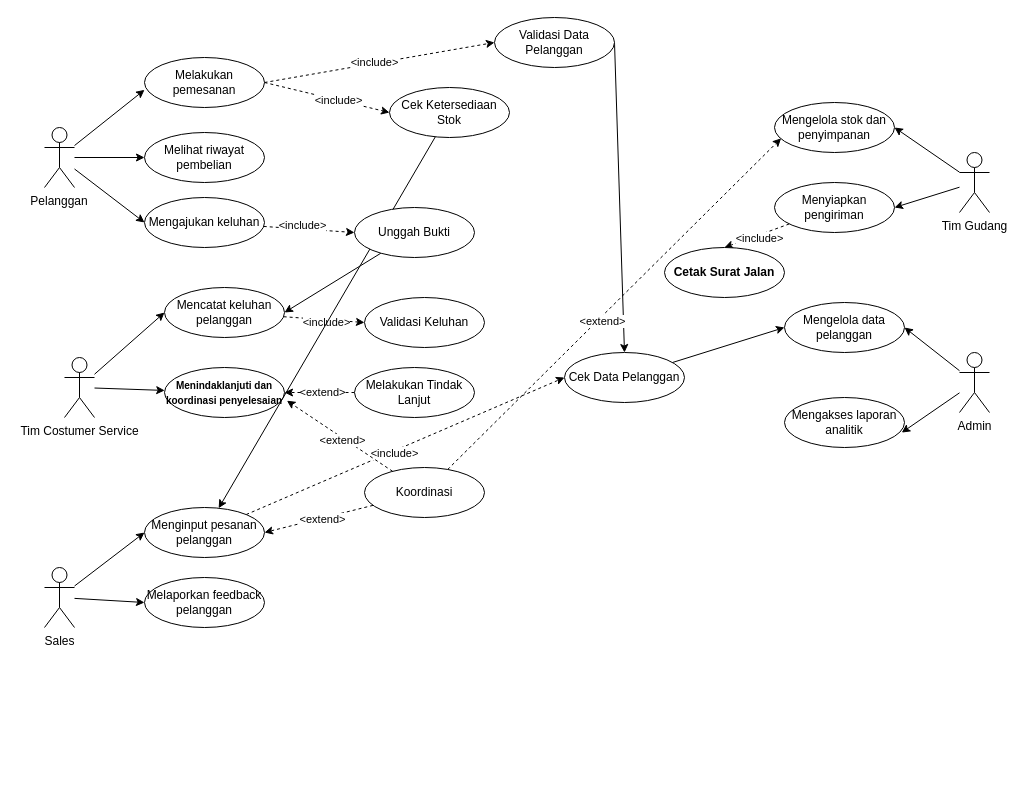
Earlier version of the draw.io diagram usecase.drawio (Dhegas/diagramSRS). Source tidied: cells renumbered, new cells numbered last; positions are measured from the earlier drawing's top-left corner, leaving out a move shared by most shapes. Both pictures are drawn from the tidied source at 100%, with x=0, y=0 at pixel (44, 17).
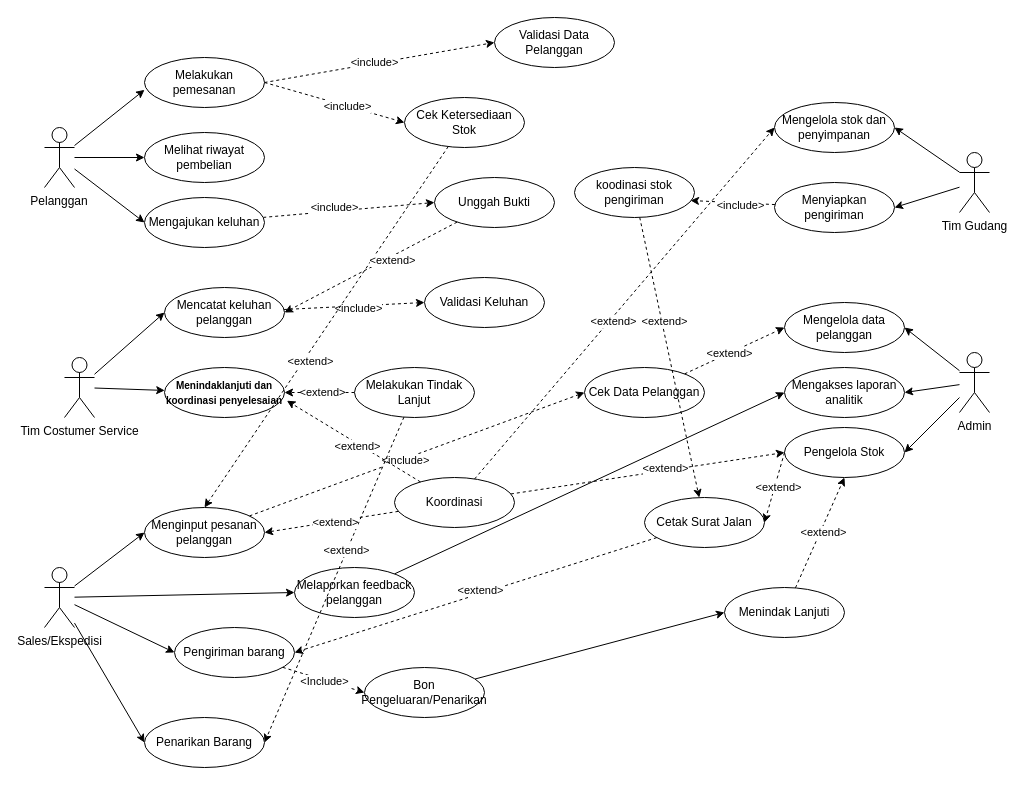
The same page after the edit.

Commit message (it also covers changes not shown here):
update pada usecase bisnis agar sesuai sop

Unchanged cells that the change refers to:
```xml
<mxCell id="12" value="Admin" style="shape=umlActor;verticalLabelPosition=bottom;verticalAlign=top;html=1;outlineConnect=0;" parent="1" vertex="1">
  <mxGeometry x="915" y="335" width="30" height="60" as="geometry" />
</mxCell>
<mxCell id="27" value="Menginput pesanan pelanggan" style="ellipse;whiteSpace=wrap;html=1;" parent="1" vertex="1">
  <mxGeometry x="100" y="490" width="120" height="50" as="geometry" />
</mxCell>
<mxCell id="31" value="Mencatat keluhan pelanggan" style="ellipse;whiteSpace=wrap;html=1;" parent="1" vertex="1">
  <mxGeometry x="120" y="270" width="120" height="50" as="geometry" />
</mxCell>
<mxCell id="34" value="Mengelola data pelanggan" style="ellipse;whiteSpace=wrap;html=1;" parent="1" vertex="1">
  <mxGeometry x="740" y="285" width="120" height="50" as="geometry" />
</mxCell>
<mxCell id="37" value="Menyiapkan pengiriman" style="ellipse;whiteSpace=wrap;html=1;" parent="1" vertex="1">
  <mxGeometry x="730" y="165" width="120" height="50" as="geometry" />
</mxCell>
<mxCell id="38" value="Mengelola stok dan penyimpanan" style="ellipse;whiteSpace=wrap;html=1;" parent="1" vertex="1">
  <mxGeometry x="730" y="85" width="120" height="50" as="geometry" />
</mxCell>
<mxCell id="42" value="Validasi Data Pelanggan" style="ellipse;whiteSpace=wrap;html=1;" parent="1" vertex="1">
  <mxGeometry x="450" width="120" height="50" as="geometry" />
</mxCell>
<mxCell id="49" value="Melakukan Tindak Lanjut" style="ellipse;whiteSpace=wrap;html=1;" parent="1" vertex="1">
  <mxGeometry x="310" y="350" width="120" height="50" as="geometry" />
</mxCell>
```

The edit, as a diff of the source:
```diff
@@
+    <mxCell id="61" style="edgeStyle=none;html=1;entryX=0;entryY=0.5;entryDx=0;entryDy=0;" parent="1" edge="1" source="7" target="74">
+      <mxGeometry relative="1" as="geometry" />
+    </mxCell>
+    <mxCell id="62" style="edgeStyle=none;html=1;entryX=0;entryY=0.5;entryDx=0;entryDy=0;" parent="1" edge="1" source="7" target="89">
+      <mxGeometry relative="1" as="geometry" />
+    </mxCell>
-    <mxCell id="7" value="Sales" style="shape=umlActor;verticalLabelPosition=bottom;verticalAlign=top;html=1;outlineConnect=0;" parent="1" vertex="1">
+    <mxCell id="7" value="Sales/Ekspedisi" style="shape=umlActor;verticalLabelPosition=bottom;verticalAlign=top;html=1;outlineConnect=0;" parent="1" vertex="1">
       <mxGeometry y="550" width="30" height="60" as="geometry" />
     </mxCell>
@@
+    <mxCell id="63" style="edgeStyle=none;html=1;entryX=1;entryY=0.5;entryDx=0;entryDy=0;" parent="1" edge="1" source="12" target="75">
+      <mxGeometry relative="1" as="geometry" />
+    </mxCell>
@@
+    <mxCell id="64" style="edgeStyle=none;html=1;entryX=0;entryY=0.5;entryDx=0;entryDy=0;" parent="1" edge="1" source="28" target="33">
+      <mxGeometry relative="1" as="geometry" />
+    </mxCell>
     <mxCell id="28" value="Melaporkan feedback pelanggan" style="ellipse;whiteSpace=wrap;html=1;" parent="1" vertex="1">
-      <mxGeometry x="100" y="560" width="120" height="50" as="geometry" />
+      <mxGeometry x="250" y="550" width="120" height="50" as="geometry" />
     </mxCell>
@@
     <mxCell id="33" value="Mengakses laporan analitik" style="ellipse;whiteSpace=wrap;html=1;" parent="1" vertex="1">
-      <mxGeometry x="740" y="380" width="120" height="50" as="geometry" />
+      <mxGeometry x="740" y="350" width="120" height="50" as="geometry" />
     </mxCell>
@@
-    <mxCell id="35" style="edgeStyle=none;html=1;entryX=0.5;entryY=0;entryDx=0;entryDy=0;dashed=1;" parent="1" edge="1" source="37" target="58">
-      <mxGeometry relative="1" as="geometry" />
-    </mxCell>
-    <mxCell id="36" value="&amp;lt;include&amp;gt;" style="edgeLabel;html=1;align=center;verticalAlign=middle;" parent="35" vertex="1">
-      <mxGeometry x="-0.04" y="3" relative="1" as="geometry" />
-    </mxCell>
@@
-    <mxCell id="40" style="edgeStyle=none;html=1;entryX=0.977;entryY=0.702;entryDx=0;entryDy=0;entryPerimeter=0;" parent="1" edge="1" source="12" target="33">
+    <mxCell id="40" style="edgeStyle=none;html=1;entryX=1;entryY=0.5;entryDx=0;entryDy=0;" parent="1" edge="1" source="12" target="33">
       <mxGeometry relative="1" as="geometry" />
     </mxCell>
-    <mxCell id="41" style="edgeStyle=none;html=1;entryX=0.5;entryY=0;entryDx=0;entryDy=0;exitX=1;exitY=0.5;exitDx=0;exitDy=0;" parent="1" edge="1" source="42" target="60">
-      <mxGeometry relative="1" as="geometry" />
-    </mxCell>
@@
-    <mxCell id="43" style="edgeStyle=none;html=1;" parent="1" edge="1" source="44" target="27">
+    <mxCell id="43" style="edgeStyle=none;html=1;entryX=0.5;entryY=0;entryDx=0;entryDy=0;dashed=1;" parent="1" edge="1" source="44" target="27">
       <mxGeometry relative="1" as="geometry" />
     </mxCell>
+    <mxCell id="65" value="&amp;lt;extend&amp;gt;" style="edgeLabel;html=1;align=center;verticalAlign=middle;" parent="43" vertex="1">
+      <mxGeometry x="-0.12" y="1" relative="1" as="geometry">
+        <mxPoint x="-32" y="55" as="offset" />
+      </mxGeometry>
+    </mxCell>
     <mxCell id="44" value="Cek Ketersediaan Stok" style="ellipse;whiteSpace=wrap;html=1;" parent="1" vertex="1">
-      <mxGeometry x="345" y="70" width="120" height="50" as="geometry" />
+      <mxGeometry x="360" y="80" width="120" height="50" as="geometry" />
     </mxCell>
-    <mxCell id="45" style="edgeStyle=none;html=1;entryX=1;entryY=0.5;entryDx=0;entryDy=0;" parent="1" edge="1" source="46" target="31">
+    <mxCell id="45" style="edgeStyle=none;html=1;entryX=1;entryY=0.5;entryDx=0;entryDy=0;dashed=1;" parent="1" edge="1" source="46" target="31">
       <mxGeometry relative="1" as="geometry" />
     </mxCell>
+    <mxCell id="66" value="&amp;lt;extend&amp;gt;" style="edgeLabel;html=1;align=center;verticalAlign=middle;" parent="45" vertex="1">
+      <mxGeometry x="-0.23" y="4" relative="1" as="geometry">
+        <mxPoint x="-1" as="offset" />
+      </mxGeometry>
+    </mxCell>
     <mxCell id="46" value="Unggah Bukti " style="ellipse;whiteSpace=wrap;html=1;" parent="1" vertex="1">
-      <mxGeometry x="310" y="190" width="120" height="50" as="geometry" />
+      <mxGeometry x="390" y="160" width="120" height="50" as="geometry" />
     </mxCell>
@@
+    <mxCell id="67" style="edgeStyle=none;html=1;entryX=1;entryY=0.5;entryDx=0;entryDy=0;dashed=1;" parent="1" edge="1" source="49" target="89">
+      <mxGeometry relative="1" as="geometry" />
+    </mxCell>
+    <mxCell id="68" value="&amp;lt;extend&amp;gt;" style="edgeLabel;html=1;align=center;verticalAlign=middle;" parent="67" vertex="1">
+      <mxGeometry x="-0.18" y="-2" relative="1" as="geometry">
+        <mxPoint x="1" as="offset" />
+      </mxGeometry>
+    </mxCell>
@@
+    <mxCell id="69" style="edgeStyle=none;html=1;entryX=0;entryY=0.5;entryDx=0;entryDy=0;dashed=1;" parent="1" edge="1" source="52" target="75">
+      <mxGeometry relative="1" as="geometry" />
+    </mxCell>
+    <mxCell id="70" value="&amp;lt;extend&amp;gt;" style="edgeLabel;html=1;align=center;verticalAlign=middle;" parent="69" vertex="1">
+      <mxGeometry x="-0.11" y="-2" relative="1" as="geometry">
+        <mxPoint x="32" y="-10" as="offset" />
+      </mxGeometry>
+    </mxCell>
     <mxCell id="52" value="Koordinasi" style="ellipse;whiteSpace=wrap;html=1;" parent="1" vertex="1">
-      <mxGeometry x="320" y="450" width="120" height="50" as="geometry" />
+      <mxGeometry x="350" y="460" width="120" height="50" as="geometry" />
     </mxCell>
@@
-    <mxCell id="55" style="edgeStyle=none;html=1;entryX=0.055;entryY=0.717;entryDx=0;entryDy=0;entryPerimeter=0;dashed=1;" parent="1" edge="1" source="52" target="38">
+    <mxCell id="55" style="edgeStyle=none;html=1;dashed=1;entryX=0;entryY=0.5;entryDx=0;entryDy=0;" parent="1" edge="1" source="52" target="38">
       <mxGeometry relative="1" as="geometry" />
     </mxCell>
@@
     <mxCell id="57" value="Validasi Keluhan" style="ellipse;whiteSpace=wrap;html=1;" parent="1" vertex="1">
-      <mxGeometry x="320" y="280" width="120" height="50" as="geometry" />
+      <mxGeometry x="380" y="260" width="120" height="50" as="geometry" />
     </mxCell>
+    <mxCell id="59" style="edgeStyle=none;html=1;entryX=0;entryY=0.5;entryDx=0;entryDy=0;dashed=1;" parent="1" edge="1" source="60" target="34">
+      <mxGeometry relative="1" as="geometry" />
+    </mxCell>
+    <mxCell id="71" value="&amp;lt;extend&amp;gt;" style="edgeLabel;html=1;align=center;verticalAlign=middle;" parent="59" vertex="1">
+      <mxGeometry x="-0.11" relative="1" as="geometry" />
+    </mxCell>
+    <mxCell id="60" value="Cek Data Pelanggan" style="ellipse;whiteSpace=wrap;html=1;" parent="1" vertex="1">
+      <mxGeometry x="540" y="350" width="120" height="50" as="geometry" />
+    </mxCell>
+    <mxCell id="72" style="edgeStyle=none;html=1;entryX=0;entryY=0.5;entryDx=0;entryDy=0;dashed=1;" parent="1" edge="1" source="74" target="81">
+      <mxGeometry relative="1" as="geometry" />
+    </mxCell>
+    <mxCell id="73" value="&amp;lt;Include&amp;gt;" style="edgeLabel;html=1;align=center;verticalAlign=middle;" parent="72" vertex="1">
+      <mxGeometry y="-1" relative="1" as="geometry" />
+    </mxCell>
+    <mxCell id="74" value="Pengiriman barang" style="ellipse;whiteSpace=wrap;html=1;" parent="1" vertex="1">
+      <mxGeometry x="130" y="610" width="120" height="50" as="geometry" />
+    </mxCell>
+    <mxCell id="75" value="Pengelola Stok" style="ellipse;whiteSpace=wrap;html=1;" parent="1" vertex="1">
+      <mxGeometry x="740" y="410" width="120" height="50" as="geometry" />
+    </mxCell>
+    <mxCell id="76" style="edgeStyle=none;html=1;entryX=1;entryY=0.5;entryDx=0;entryDy=0;dashed=1;" parent="1" edge="1" source="58" target="74">
+      <mxGeometry relative="1" as="geometry" />
+    </mxCell>
+    <mxCell id="77" value="&amp;lt;extend&amp;gt;" style="edgeLabel;html=1;align=center;verticalAlign=middle;" parent="76" vertex="1">
+      <mxGeometry x="-0.03" y="-3" relative="1" as="geometry" />
+    </mxCell>
-    <mxCell id="58" value="&lt;strong&gt;Cetak Surat Jalan&lt;/strong&gt;" style="ellipse;whiteSpace=wrap;html=1;" parent="1" vertex="1">
-      <mxGeometry x="620" y="230" width="120" height="50" as="geometry" />
+    <mxCell id="58" value="&lt;span&gt;Cetak Surat Jalan&lt;/span&gt;" style="ellipse;whiteSpace=wrap;html=1;" parent="1" vertex="1">
+      <mxGeometry x="600" y="480" width="120" height="50" as="geometry" />
     </mxCell>
-    <mxCell id="59" style="edgeStyle=none;html=1;entryX=0;entryY=0.5;entryDx=0;entryDy=0;" parent="1" edge="1" source="60" target="34">
-      <mxGeometry relative="1" as="geometry" />
-    </mxCell>
-    <mxCell id="60" value="Cek Data Pelanggan" style="ellipse;whiteSpace=wrap;html=1;" parent="1" vertex="1">
-      <mxGeometry x="520" y="335" width="120" height="50" as="geometry" />
-    </mxCell>
+    <mxCell id="78" style="edgeStyle=none;html=1;entryX=1;entryY=0.5;entryDx=0;entryDy=0;dashed=1;exitX=0;exitY=0.5;exitDx=0;exitDy=0;" parent="1" edge="1" source="75" target="58">
+      <mxGeometry relative="1" as="geometry" />
+    </mxCell>
+    <mxCell id="79" value="&amp;lt;extend&amp;gt;" style="edgeLabel;html=1;align=center;verticalAlign=middle;" parent="78" vertex="1">
+      <mxGeometry x="-0.04" y="3" relative="1" as="geometry" />
+    </mxCell>
+    <mxCell id="80" style="edgeStyle=none;html=1;entryX=0;entryY=0.5;entryDx=0;entryDy=0;" parent="1" edge="1" source="81" target="88">
+      <mxGeometry relative="1" as="geometry" />
+    </mxCell>
+    <mxCell id="81" value="Bon Pengeluaran/Penarikan" style="ellipse;whiteSpace=wrap;html=1;" parent="1" vertex="1">
+      <mxGeometry x="320" y="650" width="120" height="50" as="geometry" />
+    </mxCell>
+    <mxCell id="82" style="edgeStyle=none;html=1;dashed=1;" parent="1" edge="1" source="84" target="58">
+      <mxGeometry relative="1" as="geometry" />
+    </mxCell>
+    <mxCell id="83" value="&amp;lt;extend&amp;gt;" style="edgeLabel;html=1;align=center;verticalAlign=middle;" parent="82" vertex="1">
+      <mxGeometry x="-0.26" y="2" relative="1" as="geometry" />
+    </mxCell>
+    <mxCell id="84" value="koodinasi stok pengiriman" style="ellipse;whiteSpace=wrap;html=1;" parent="1" vertex="1">
+      <mxGeometry x="530" y="150" width="120" height="50" as="geometry" />
+    </mxCell>
+    <mxCell id="85" style="edgeStyle=none;html=1;entryX=0.967;entryY=0.66;entryDx=0;entryDy=0;entryPerimeter=0;dashed=1;" parent="1" edge="1" source="37" target="84">
+      <mxGeometry relative="1" as="geometry" />
+    </mxCell>
+    <mxCell id="36" value="&amp;lt;include&amp;gt;" style="edgeLabel;html=1;align=center;verticalAlign=middle;" parent="85" vertex="1">
+      <mxGeometry x="-0.16" y="2" relative="1" as="geometry" />
+    </mxCell>
+    <mxCell id="86" style="edgeStyle=none;html=1;entryX=0.5;entryY=1;entryDx=0;entryDy=0;dashed=1;" parent="1" edge="1" source="88" target="75">
+      <mxGeometry relative="1" as="geometry" />
+    </mxCell>
+    <mxCell id="87" value="&amp;lt;extend&amp;gt;" style="edgeLabel;html=1;align=center;verticalAlign=middle;" parent="86" vertex="1">
+      <mxGeometry x="0.02" y="-3" relative="1" as="geometry" />
+    </mxCell>
+    <mxCell id="88" value="Menindak Lanjuti" style="ellipse;whiteSpace=wrap;html=1;" parent="1" vertex="1">
+      <mxGeometry x="680" y="570" width="120" height="50" as="geometry" />
+    </mxCell>
+    <mxCell id="89" value="Penarikan Barang" style="ellipse;whiteSpace=wrap;html=1;" parent="1" vertex="1">
+      <mxGeometry x="100" y="700" width="120" height="50" as="geometry" />
+    </mxCell>
```
